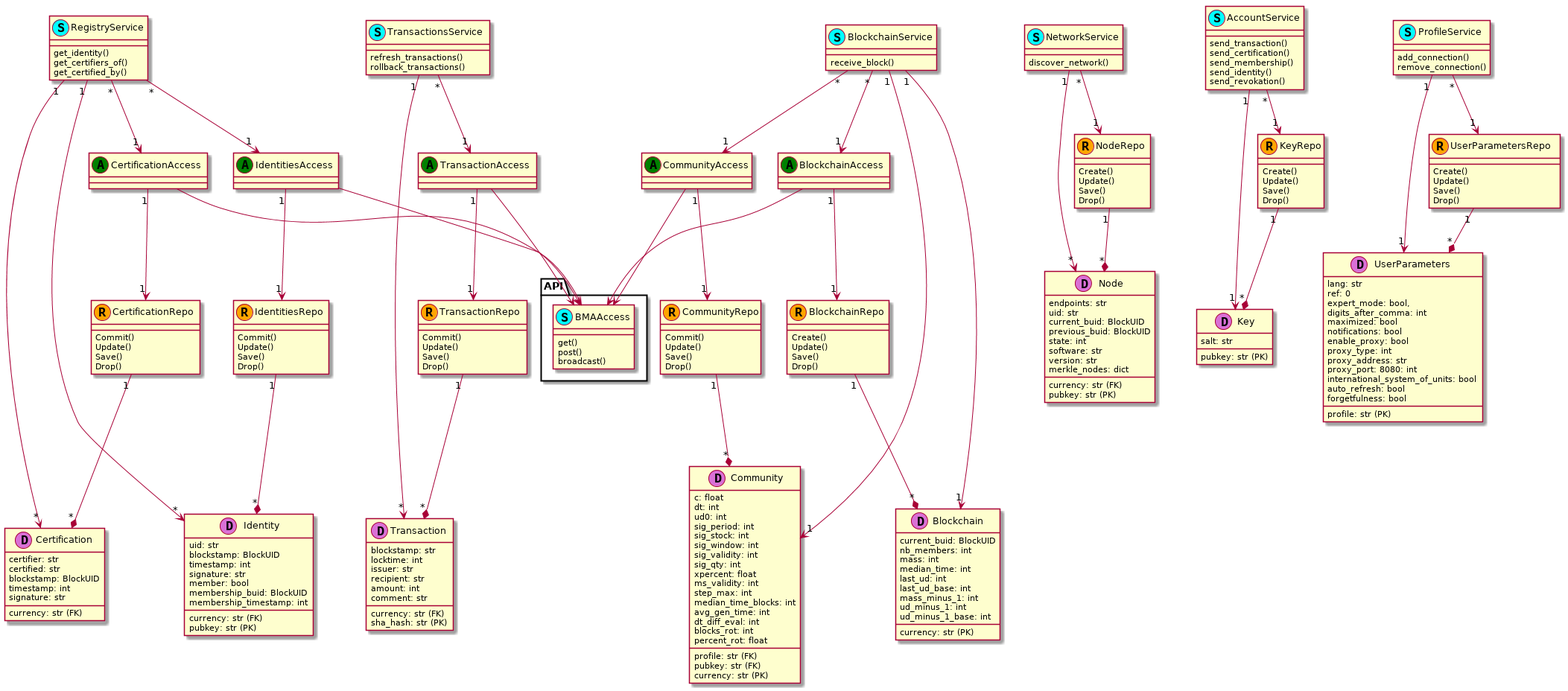
This is doc/uml/backend.png from duniter/sakia, a PlantUML export, as it was before one commit. Its diagram source:
```plantuml
@startuml




class Identity << (D,orchid) >> {
    currency: str (FK)
    uid: str
    pubkey: str (PK)
    blockstamp: BlockUID
    timestamp: int
    signature: str
    member: bool
    membership_buid: BlockUID
    membership_timestamp: int
}

class Certification << (D,orchid) >> {
    currency: str (FK)
    certifier: str
    certified: str
    blockstamp: BlockUID
    timestamp: int
    signature: str
}

class Transaction  << (D,orchid) >> {
    currency: str (FK)
    blockstamp: str
    locktime: int
    issuer: str
    recipient: str
    amount: int
    comment: str
    sha_hash: str (PK)
}

class Community  << (D,orchid) >> {
    profile: str (FK)
    pubkey: str (FK)
    currency: str (PK)
    c: float
    dt: int
    ud0: int
    sig_period: int
    sig_stock: int
    sig_window: int
    sig_validity: int
    sig_qty: int
    xpercent: float
    ms_validity: int
    step_max: int
    median_time_blocks: int
    avg_gen_time: int
    dt_diff_eval: int
    blocks_rot: int
    percent_rot: float
}

class Blockchain  << (D,orchid) >> {
    currency: str (PK)
    current_buid: BlockUID
    nb_members: int
    mass: int
    median_time: int
    last_ud: int
    last_ud_base: int
    mass_minus_1: int
    ud_minus_1: int
    ud_minus_1_base: int
}

class Node  << (D,orchid) >> {
    currency: str (FK)
    endpoints: str
    uid: str
    pubkey: str (PK)
    current_buid: BlockUID
    previous_buid: BlockUID
    state: int
    software: str
    version: str
    merkle_nodes: dict
}

class Key  << (D,orchid) >> {
    pubkey: str (PK)
    salt: str
}

class UserParameters  << (D,orchid) >> {
    profile: str (PK)
    lang: str
    ref: 0
    expert_mode: bool,
    digits_after_comma: int
    maximized: bool
    notifications: bool
    enable_proxy: bool
    proxy_type: int
    proxy_address: str
    proxy_port: 8080: int
    international_system_of_units: bool
    auto_refresh: bool
    forgetfulness: bool
}

class UserParametersRepo << (R,orange) >> {
    Create()
    Update()
    Save()
    Drop()
}


class KeyRepo << (R,orange) >>  {
    Create()
    Update()
    Save()
    Drop()
}


class NodeRepo << (R,orange) >>   {
    Create()
    Update()
    Save()
    Drop()
}

class BlockchainRepo << (R,orange) >>  {
    Create()
    Update()
    Save()
    Drop()
}
class CommunityRepo << (R,orange) >>  {
    Commit()
    Update()
    Save()
    Drop()
}
class TransactionRepo << (R,orange) >>  {
    Commit()
    Update()
    Save()
    Drop()
}
class CertificationRepo  << (R,orange) >> {
    Commit()
    Update()
    Save()
    Drop()
}
class IdentitiesRepo  << (R,orange) >>  {
    Commit()
    Update()
    Save()
    Drop()
}

IdentitiesRepo "1" --* "*" Identity

CertificationRepo "1" --* "*" Certification

TransactionRepo "1" --* "*" Transaction

CommunityRepo "1" --* "*" Community

BlockchainRepo "1" --* "*" Blockchain

NodeRepo "1" --* "*" Node

KeyRepo "1" --* "*" Key

UserParametersRepo "1" --* "*" UserParameters




class IdentitiesAccess  << (A,green) >> {
}
class CertificationAccess  << (A,green) >> {
}
class TransactionAccess  << (A,green) >> {
}
class CommunityAccess  << (A,green) >> {
}
class BlockchainAccess  << (A,green) >> {
}




class ProfileService << (S,cyan) >>  {
    add_connection()
    remove_connection()

}

class AccountService << (S,cyan) >>  {
    send_transaction()
    send_certification()
    send_membership()
    send_identity()
    send_revokation()
}
class TransactionsService << (S,cyan) >>  {
    refresh_transactions()
    rollback_transactions()
}

class RegistryService << (S,cyan) >> {
    get_identity()
    get_certifiers_of()
    get_certified_by()
}

class NetworkService << (S,cyan) >>  {
    discover_network()
}

class BlockchainService  << (S,cyan) >>  {
    receive_block()
}


ProfileService "1" --> "1" UserParameters
ProfileService "*" --> "1" UserParametersRepo

AccountService "1" --> "1" Key
AccountService "*" --> "1" KeyRepo


TransactionsService "1" --> "*" Transaction
TransactionsService "*" --> "1" TransactionAccess
TransactionAccess "1" --> "1" TransactionRepo

RegistryService "1" --> "*" Identity
RegistryService "1" --> "*" Certification
RegistryService "*" --> "1" IdentitiesAccess
IdentitiesAccess "1" --> "1" IdentitiesRepo
RegistryService "*" --> "1" CertificationAccess
CertificationAccess "1" --> "1" CertificationRepo

NetworkService "1" --> "*" Node
NetworkService "*" --> "1" NodeRepo

BlockchainService "1" --> "1" Blockchain
BlockchainService "1" --> "1" Community
BlockchainService "*" --> "1" BlockchainAccess
BlockchainAccess "1" --> "1" BlockchainRepo
BlockchainService "*" --> "1" CommunityAccess
CommunityAccess "1" --> "1" CommunityRepo

package API {
    class BMAAccess << (S,cyan) >>  {
        get()
        post()
        broadcast()
    }
}

BlockchainAccess --> BMAAccess
CommunityAccess --> BMAAccess
TransactionAccess --> BMAAccess
IdentitiesAccess --> BMAAccess
CertificationAccess --> BMAAccess

@enduml
```
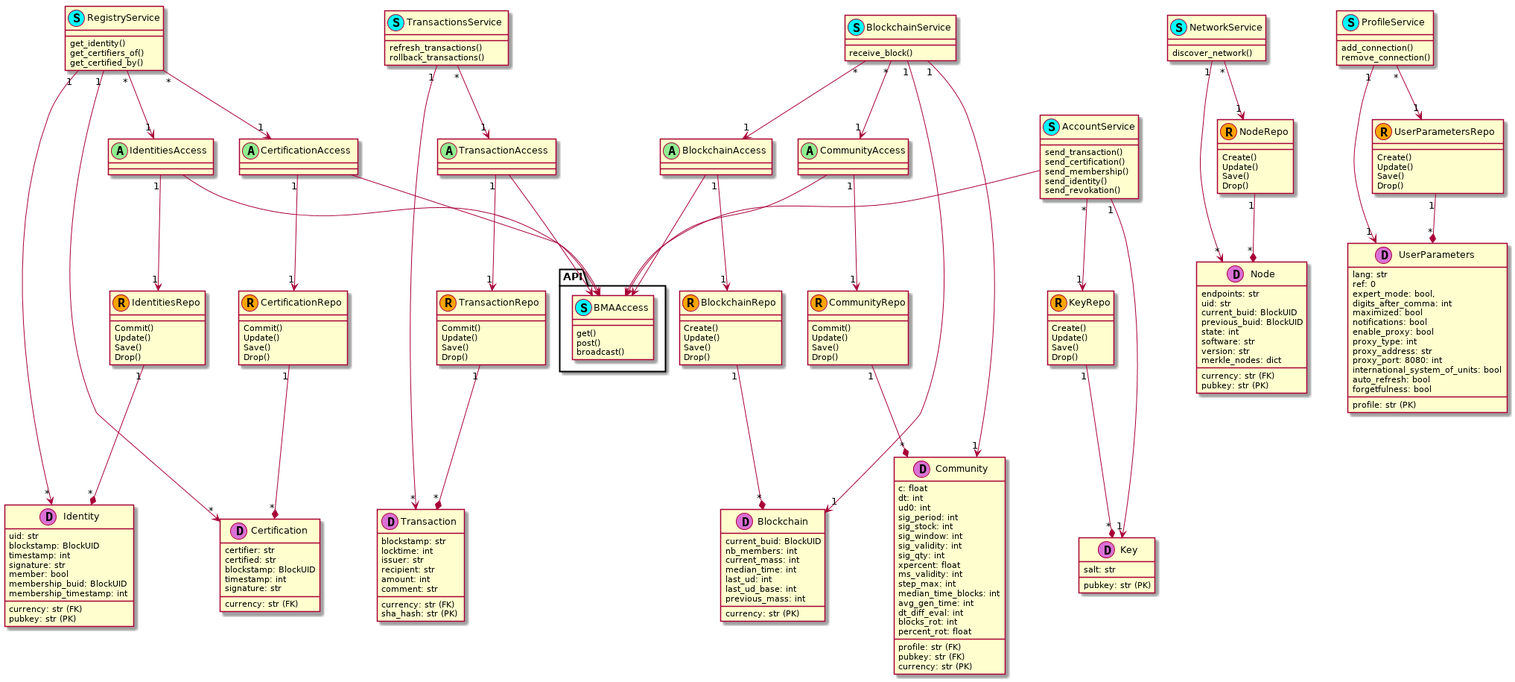
The same diagram one commit later.

Commit message:
AccountService needs BMAAccess + change colors

What changed in the source:
```diff
@@ -61,13 +61,11 @@
     currency: str (PK)
     current_buid: BlockUID
     nb_members: int
-    mass: int
+    current_mass: int
     median_time: int
     last_ud: int
     last_ud_base: int
-    mass_minus_1: int
-    ud_minus_1: int
-    ud_minus_1_base: int
+    previous_mass: int
 }
 
 class Node  << (D,orchid) >> {
@@ -178,15 +176,15 @@
 
 
 
-class IdentitiesAccess  << (A,green) >> {
+class IdentitiesAccess  << (A,lightgreen) >> {
 }
-class CertificationAccess  << (A,green) >> {
+class CertificationAccess  << (A,lightgreen) >> {
 }
-class TransactionAccess  << (A,green) >> {
+class TransactionAccess  << (A,lightgreen) >> {
 }
-class CommunityAccess  << (A,green) >> {
+class CommunityAccess  << (A,lightgreen) >> {
 }
-class BlockchainAccess  << (A,green) >> {
+class BlockchainAccess  << (A,lightgreen) >> {
 }
 
 
@@ -261,6 +259,7 @@
     }
 }
 
+AccountService --> BMAAccess
 BlockchainAccess --> BMAAccess
 CommunityAccess --> BMAAccess
 TransactionAccess --> BMAAccess
```
